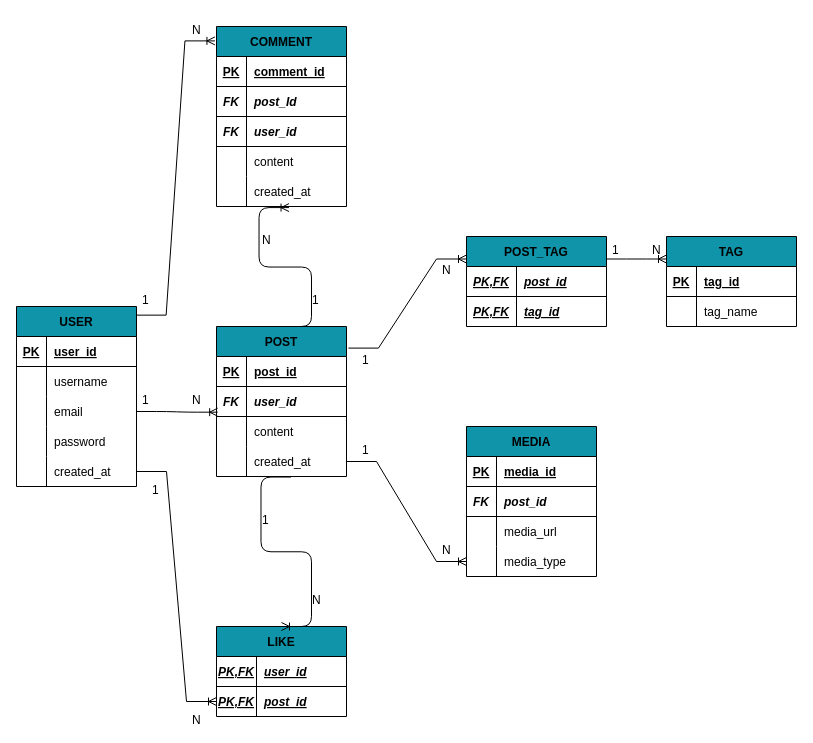
Before: schemadb.drawio in AlessiaParlato97/social-platform, a draw.io diagram. Source tidied: cells renumbered, new cells numbered last; positions are measured from the earlier drawing's top-left corner, leaving out a move shared by most shapes. Both pictures are drawn from the tidied source at 100%, with x=0, y=0 at pixel (16, 16).
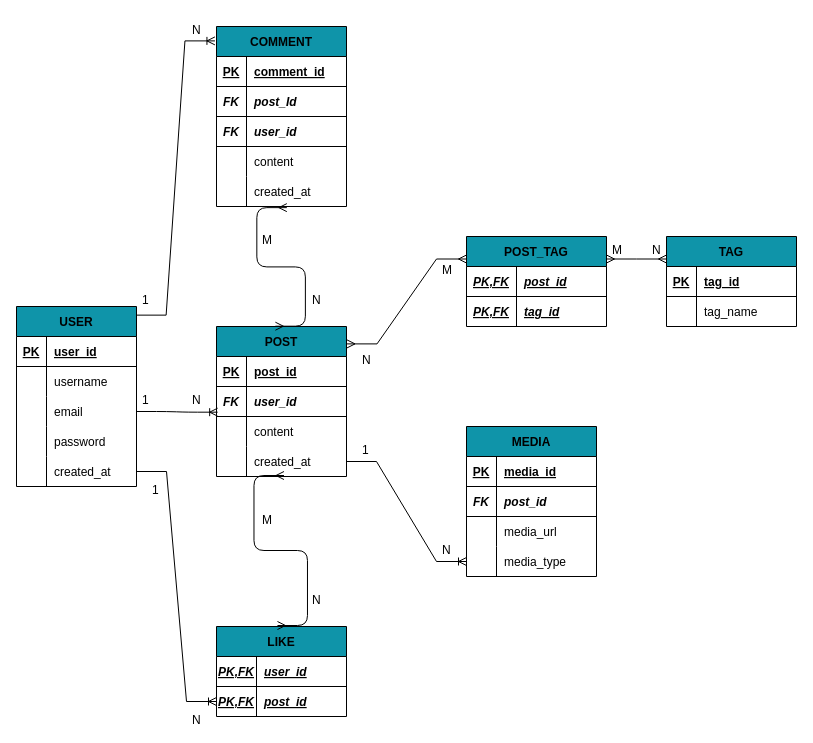
After the change.

Commit message:
modifica relazioni tra le tabelle in drawio

Unchanged cells that the change refers to:
```xml
<mxCell id="18" value="LIKE" style="shape=table;startSize=30;childLayout=tableLayout;rowLines=0;fontStyle=1;align=center;fontSize=12;fillColor=#0F94A9;" parent="1" vertex="1">
  <mxGeometry x="200" y="610" width="130" height="90" as="geometry" />
</mxCell>
<mxCell id="38" style="shape=tableRow;horizontal=0;startSize=0;swimlaneHead=0;swimlaneBody=0;fillColor=none;points=[[0,0.5],[1,0.5]];portConstraint=eastwest;top=0;left=0;right=0;bottom=0;fontSize=8;" parent="25" vertex="1">
  <mxGeometry y="150" width="130" height="30" as="geometry" />
</mxCell>
<mxCell id="46" value="POST_TAG" style="shape=table;startSize=30;childLayout=tableLayout;rowLines=0;fontStyle=1;align=center;fontSize=12;fillColor=#0F94A9;" parent="1" vertex="1">
  <mxGeometry x="450" y="220" width="140" height="90" as="geometry" />
</mxCell>
<mxCell id="66" value="POST" style="shape=table;startSize=30;childLayout=tableLayout;rowLines=0;fontStyle=1;align=center;fontSize=12;fillColor=#0F94A9;" parent="1" vertex="1">
  <mxGeometry x="200" y="310" width="130" height="150" as="geometry" />
</mxCell>
<mxCell id="76" style="shape=tableRow;horizontal=0;startSize=0;swimlaneHead=0;swimlaneBody=0;fillColor=none;points=[[0,0.5],[1,0.5]];portConstraint=eastwest;top=0;left=0;right=0;bottom=0;fontSize=8;" parent="66" vertex="1">
  <mxGeometry y="120" width="130" height="30" as="geometry" />
</mxCell>
<mxCell id="81" value="TAG" style="shape=table;startSize=30;childLayout=tableLayout;rowLines=0;fontStyle=1;align=center;fontSize=12;fillColor=#0F94A9;" parent="1" vertex="1">
  <mxGeometry x="650" y="220" width="130" height="90" as="geometry" />
</mxCell>
```

What changed in the source:
```diff
@@
-    <mxCell id="44" style="edgeStyle=entityRelationEdgeStyle;fontSize=12;html=1;endArrow=ERoneToMany;entryX=0.558;entryY=1.036;entryDx=0;entryDy=0;entryPerimeter=0;startArrow=none;exitX=0.5;exitY=0;exitDx=0;exitDy=0;" parent="1" edge="1" source="66" target="38">
-      <mxGeometry relative="1" as="geometry" />
-    </mxCell>
-    <mxCell id="45" style="edgeStyle=entityRelationEdgeStyle;fontSize=12;html=1;endArrow=ERoneToMany;exitX=0.573;exitY=1.018;exitDx=0;exitDy=0;exitPerimeter=0;entryX=0.5;entryY=0;entryDx=0;entryDy=0;rounded=1;" parent="1" edge="1" source="76" target="18">
-      <mxGeometry relative="1" as="geometry" />
-    </mxCell>
@@
-    <mxCell id="79" style="edgeStyle=entityRelationEdgeStyle;fontSize=12;html=1;endArrow=ERoneToMany;exitX=1.015;exitY=0.144;exitDx=0;exitDy=0;exitPerimeter=0;entryX=0;entryY=0.25;entryDx=0;entryDy=0;rounded=0;" parent="1" edge="1" source="66" target="46">
-      <mxGeometry relative="1" as="geometry" />
-    </mxCell>
@@
-    <mxCell id="88" style="edgeStyle=entityRelationEdgeStyle;fontSize=12;html=1;endArrow=ERoneToMany;entryX=0;entryY=0.25;entryDx=0;entryDy=0;exitX=1;exitY=0.25;exitDx=0;exitDy=0;" parent="1" edge="1" source="46" target="81">
-      <mxGeometry relative="1" as="geometry" />
-    </mxCell>
-    <mxCell id="89" value="1" style="text;strokeColor=none;fillColor=none;spacingLeft=4;spacingRight=4;overflow=hidden;fontSize=12;labelBackgroundColor=none;" parent="1" vertex="1">
+    <mxCell id="89" value="N" style="text;strokeColor=none;fillColor=none;spacingLeft=4;spacingRight=4;overflow=hidden;fontSize=12;labelBackgroundColor=none;" parent="1" vertex="1">
       <mxGeometry x="290" y="270" width="20" height="20" as="geometry" />
     </mxCell>
-    <mxCell id="90" value="N" style="text;strokeColor=none;fillColor=none;spacingLeft=4;spacingRight=4;overflow=hidden;fontSize=12;labelBackgroundColor=none;" parent="1" vertex="1">
+    <mxCell id="90" value="M" style="text;strokeColor=none;fillColor=none;spacingLeft=4;spacingRight=4;overflow=hidden;fontSize=12;labelBackgroundColor=none;" parent="1" vertex="1">
       <mxGeometry x="240" y="210" width="20" height="20" as="geometry" />
     </mxCell>
-    <mxCell id="91" value="1" style="text;strokeColor=none;fillColor=none;spacingLeft=4;spacingRight=4;overflow=hidden;fontSize=12;labelBackgroundColor=none;" parent="1" vertex="1">
+    <mxCell id="91" value="N" style="text;strokeColor=none;fillColor=none;spacingLeft=4;spacingRight=4;overflow=hidden;fontSize=12;labelBackgroundColor=none;" parent="1" vertex="1">
       <mxGeometry x="340" y="330" width="20" height="20" as="geometry" />
     </mxCell>
-    <mxCell id="92" value="N" style="text;strokeColor=none;fillColor=none;spacingLeft=4;spacingRight=4;overflow=hidden;fontSize=12;labelBackgroundColor=none;" parent="1" vertex="1">
+    <mxCell id="92" value="M" style="text;strokeColor=none;fillColor=none;spacingLeft=4;spacingRight=4;overflow=hidden;fontSize=12;labelBackgroundColor=none;" parent="1" vertex="1">
       <mxGeometry x="420" y="240" width="20" height="20" as="geometry" />
     </mxCell>
@@
-    <mxCell id="96" value="1" style="text;strokeColor=none;fillColor=none;spacingLeft=4;spacingRight=4;overflow=hidden;fontSize=12;labelBackgroundColor=none;" parent="1" vertex="1">
+    <mxCell id="96" value="M" style="text;strokeColor=none;fillColor=none;spacingLeft=4;spacingRight=4;overflow=hidden;fontSize=12;labelBackgroundColor=none;" parent="1" vertex="1">
       <mxGeometry x="240" y="490" width="20" height="20" as="geometry" />
     </mxCell>
@@
-    <mxCell id="103" value="1" style="text;strokeColor=none;fillColor=none;spacingLeft=4;spacingRight=4;overflow=hidden;fontSize=12;labelBackgroundColor=none;" parent="1" vertex="1">
+    <mxCell id="103" value="M" style="text;strokeColor=none;fillColor=none;spacingLeft=4;spacingRight=4;overflow=hidden;fontSize=12;labelBackgroundColor=none;" parent="1" vertex="1">
       <mxGeometry x="590" y="220" width="20" height="20" as="geometry" />
     </mxCell>
@@
+    <mxCell id="79" style="edgeStyle=entityRelationEdgeStyle;fontSize=12;html=1;endArrow=ERmany;startArrow=ERmany;rounded=0;strokeColor=default;entryX=0;entryY=0.25;entryDx=0;entryDy=0;exitX=1.004;exitY=0.116;exitDx=0;exitDy=0;exitPerimeter=0;" parent="1" edge="1" source="66" target="46">
+      <mxGeometry relative="1" as="geometry" />
+    </mxCell>
+    <mxCell id="88" style="edgeStyle=entityRelationEdgeStyle;fontSize=12;html=1;endArrow=ERmany;startArrow=ERmany;rounded=0;strokeColor=default;exitX=1;exitY=0.25;exitDx=0;exitDy=0;entryX=0;entryY=0.25;entryDx=0;entryDy=0;" parent="1" edge="1" source="46" target="81">
+      <mxGeometry relative="1" as="geometry" />
+    </mxCell>
+    <mxCell id="105" style="edgeStyle=entityRelationEdgeStyle;fontSize=12;html=1;endArrow=ERmany;startArrow=ERmany;rounded=1;strokeColor=default;exitX=0.469;exitY=-0.011;exitDx=0;exitDy=0;exitPerimeter=0;entryX=0.519;entryY=0.967;entryDx=0;entryDy=0;entryPerimeter=0;" parent="1" edge="1" source="18" target="76">
+      <mxGeometry relative="1" as="geometry" />
+    </mxCell>
+    <mxCell id="44" style="edgeStyle=entityRelationEdgeStyle;fontSize=12;html=1;endArrow=ERmany;startArrow=ERmany;rounded=1;strokeColor=default;exitX=0.453;exitY=-0.002;exitDx=0;exitDy=0;exitPerimeter=0;entryX=0.541;entryY=1.038;entryDx=0;entryDy=0;entryPerimeter=0;" parent="1" edge="1" source="66" target="38">
+      <mxGeometry relative="1" as="geometry" />
+    </mxCell>
```
